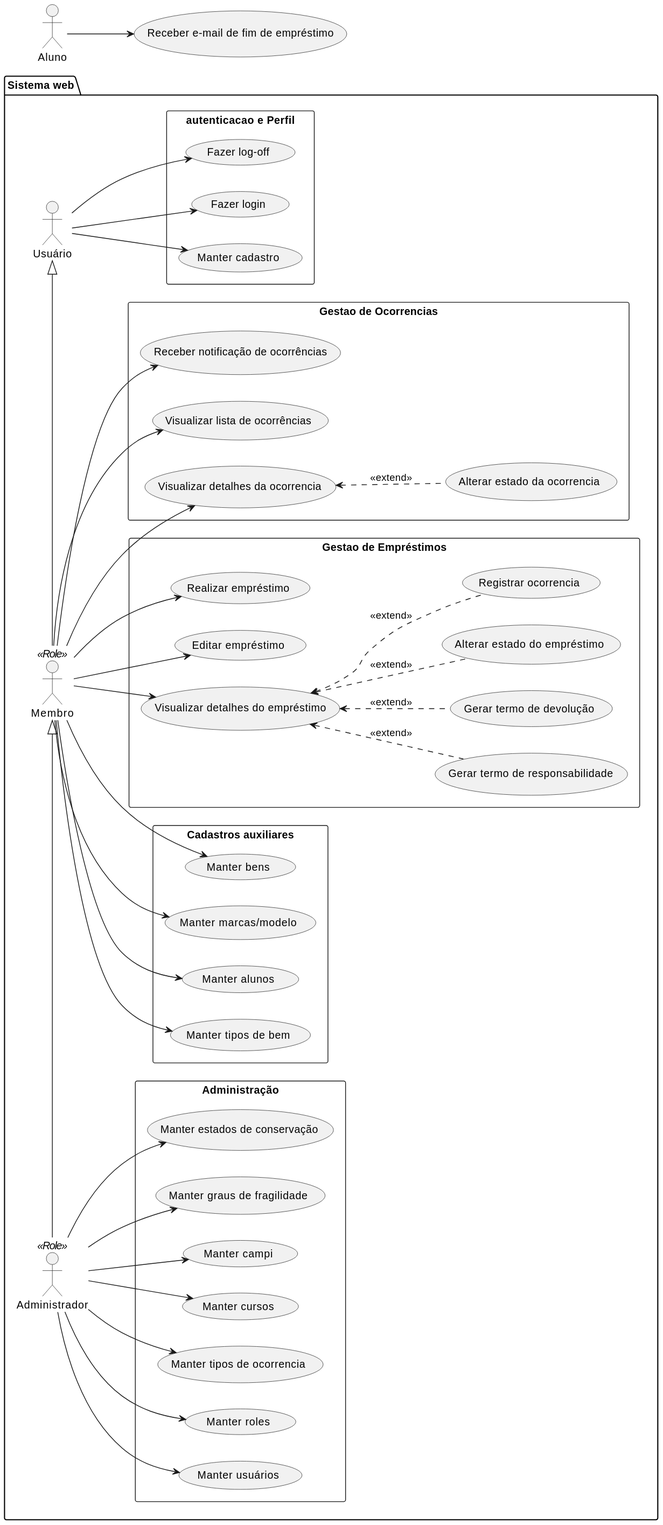
kavvata/sigemp keeps this PlantUML diagram as resources/usecases.svg. Above is the earlier version.
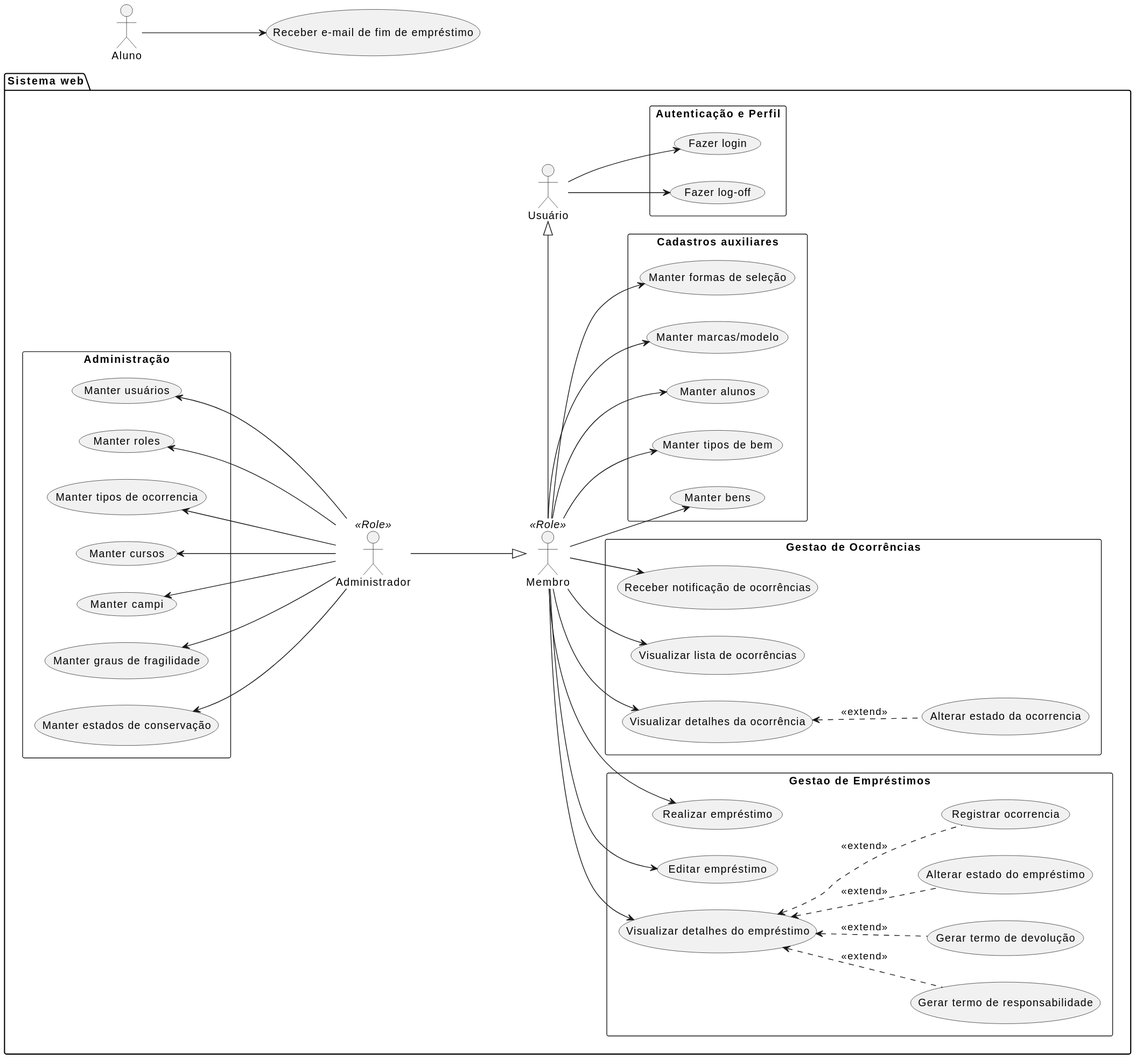
Above is the later version.

Commit message:
docs(usecases): atualizado diagrama de casos de uso

The edit, as a diff of the source:
```diff
@@ -1,15 +1,14 @@
 @startuml
-  left to right direction
+left to right direction
 
   package "Sistema web" {
     :Usuário: as user
     :Membro: as membro <<Role>>
     :Administrador: as admin <<Role>>
 
-    rectangle "autenticacao e Perfil" {
+    rectangle "Autenticação e Perfil" {
         user -r-> (Fazer login)
         user --> (Fazer log-off)
-        user --> (Manter cadastro)
     }
 
     membro -r-|> user
@@ -24,8 +23,8 @@
         empdetail <.. (Registrar ocorrencia) : <<extend>>
     }
 
-    rectangle "Gestao de Ocorrencias" {
-        "Visualizar detalhes da ocorrencia" as (occdetail)
+    rectangle "Gestao de Ocorrências" {
+        "Visualizar detalhes da ocorrência" as (occdetail)
         membro --> (Visualizar lista de ocorrências)
         membro --> occdetail
         membro --> (Receber notificação de ocorrências)
@@ -37,18 +36,19 @@
         membro --> (Manter tipos de bem)
         membro --> (Manter alunos)
         membro --> (Manter marcas/modelo)
+        membro --> (Manter formas de seleção)
     }
 
 
     rectangle "Administração" {
-        admin -|> membro
-        admin --> (Manter usuários)
-        admin --> (Manter roles)
-        admin --> (Manter tipos de ocorrencia)
-        admin --> (Manter cursos)
-        admin --> (Manter campi)
-        admin --> (Manter graus de fragilidade)
-        admin --> (Manter estados de conservação)
+        admin -d-|> membro
+        admin -u-> (Manter usuários)
+        admin -u-> (Manter roles)
+        admin -u-> (Manter tipos de ocorrencia)
+        admin -u-> (Manter cursos)
+        admin -u-> (Manter campi)
+        admin -u-> (Manter graus de fragilidade)
+        admin -u-> (Manter estados de conservação)
     }
   }
 
```
